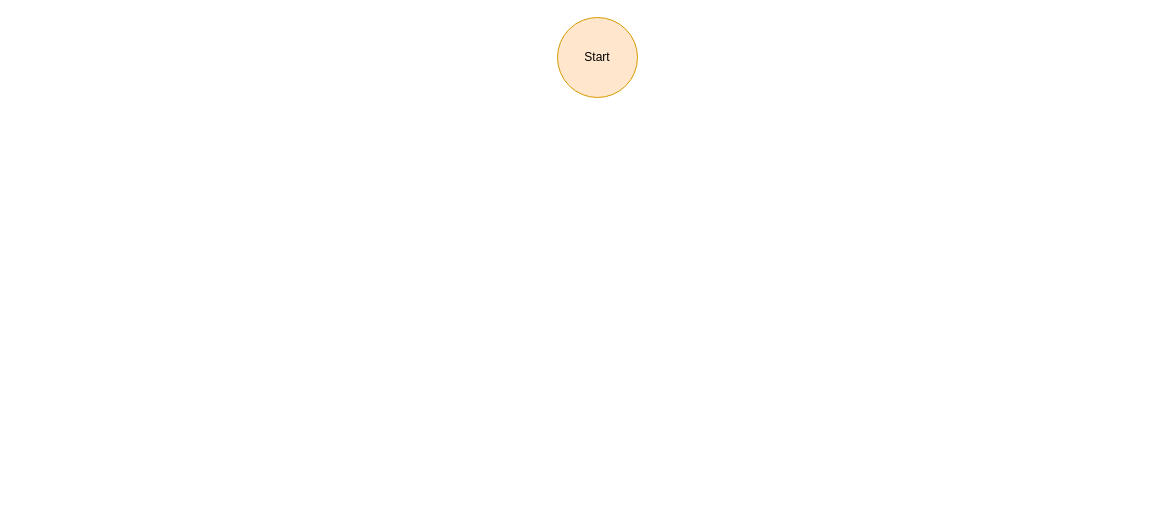
The draw.io diagram pvz flowchart.drawio in issadeli228/pvz, before the edit. Source tidied: cells renumbered, new cells numbered last; positions are measured from the earlier drawing's top-left corner, leaving out a move shared by most shapes. Both pictures are drawn from the tidied source at 100%, with x=0, y=0 at pixel (557, 17).
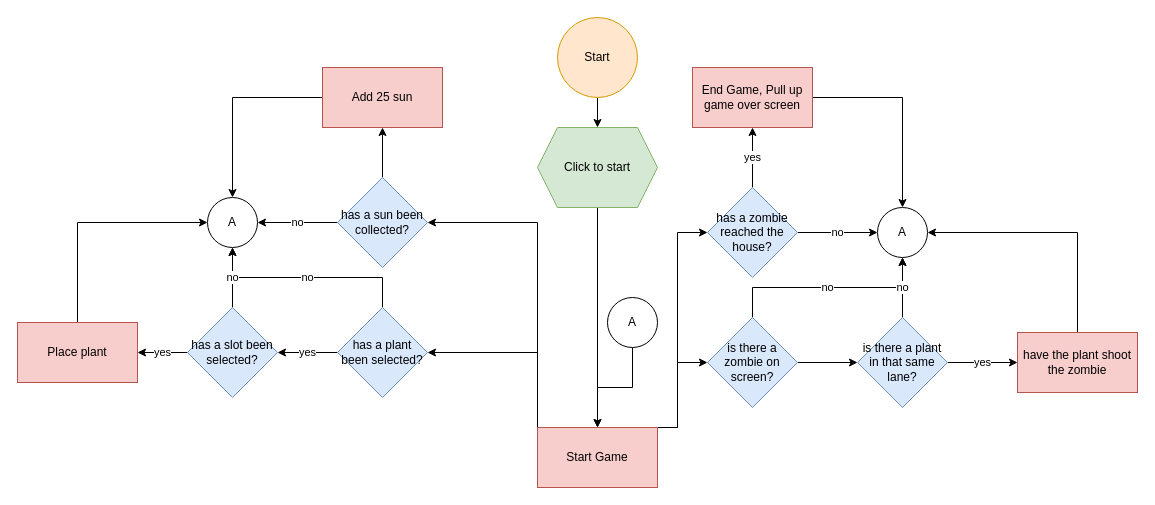
After the change.

The change refers to these unchanged cells:
```xml
<mxCell id="2" value="Start" style="ellipse;whiteSpace=wrap;html=1;fillColor=#ffe6cc;strokeColor=#d79b00;" parent="1" vertex="1">
  <mxGeometry width="80" height="80" as="geometry" />
</mxCell>
```

Change to the diagram source:
```diff
@@
+    <mxCell id="3" style="edgeStyle=orthogonalEdgeStyle;rounded=0;jettySize=auto;html=1;" parent="1" edge="1" source="2" target="5">
+      <mxGeometry relative="1" as="geometry" />
+    </mxCell>
@@
+    <mxCell id="4" style="edgeStyle=orthogonalEdgeStyle;rounded=0;jettySize=auto;html=1;" parent="1" edge="1" source="5" target="10">
+      <mxGeometry relative="1" as="geometry" />
+    </mxCell>
+    <mxCell id="5" value="Click to start" style="shape=hexagon;perimeter=hexagonPerimeter2;whiteSpace=wrap;html=1;fixedSize=1;fillColor=#d5e8d4;strokeColor=#82b366;" parent="1" vertex="1">
+      <mxGeometry x="-20" y="110" width="120" height="80" as="geometry" />
+    </mxCell>
+    <mxCell id="6" style="edgeStyle=orthogonalEdgeStyle;rounded=0;jettySize=auto;html=1;exitX=0;exitY=0;exitDx=0;exitDy=0;entryX=1;entryY=0.5;entryDx=0;entryDy=0;" parent="1" edge="1" source="10" target="13">
+      <mxGeometry relative="1" as="geometry" />
+    </mxCell>
+    <mxCell id="7" style="edgeStyle=orthogonalEdgeStyle;rounded=0;jettySize=auto;html=1;exitX=0;exitY=0;exitDx=0;exitDy=0;entryX=1;entryY=0.5;entryDx=0;entryDy=0;" parent="1" edge="1" source="10" target="21">
+      <mxGeometry relative="1" as="geometry" />
+    </mxCell>
+    <mxCell id="8" style="edgeStyle=orthogonalEdgeStyle;rounded=0;jettySize=auto;html=1;exitX=1;exitY=0;exitDx=0;exitDy=0;entryX=0;entryY=0.5;entryDx=0;entryDy=0;" parent="1" edge="1" source="10" target="29">
+      <mxGeometry relative="1" as="geometry">
+        <Array as="points">
+          <mxPoint x="120" y="410" />
+          <mxPoint x="120" y="215" />
+        </Array>
+      </mxGeometry>
+    </mxCell>
+    <mxCell id="9" style="edgeStyle=orthogonalEdgeStyle;rounded=0;jettySize=auto;html=1;exitX=1;exitY=0;exitDx=0;exitDy=0;entryX=0;entryY=0.5;entryDx=0;entryDy=0;" parent="1" edge="1" source="10" target="35">
+      <mxGeometry relative="1" as="geometry">
+        <Array as="points">
+          <mxPoint x="120" y="410" />
+          <mxPoint x="120" y="345" />
+        </Array>
+      </mxGeometry>
+    </mxCell>
+    <mxCell id="10" value="Start Game" style="rounded=0;whiteSpace=wrap;html=1;fillColor=#f8cecc;strokeColor=#b85450;" parent="1" vertex="1">
+      <mxGeometry x="-20" y="410" width="120" height="60" as="geometry" />
+    </mxCell>
+    <mxCell id="11" value="no" style="edgeStyle=orthogonalEdgeStyle;rounded=0;jettySize=auto;html=1;" parent="1" edge="1" source="13" target="14">
+      <mxGeometry relative="1" as="geometry" />
+    </mxCell>
+    <mxCell id="12" style="edgeStyle=orthogonalEdgeStyle;rounded=0;jettySize=auto;html=1;" parent="1" edge="1" source="13" target="16">
+      <mxGeometry relative="1" as="geometry" />
+    </mxCell>
+    <mxCell id="13" value="has a sun been collected?" style="rhombus;whiteSpace=wrap;html=1;fillColor=#dae8fc;strokeColor=#6c8ebf;" parent="1" vertex="1">
+      <mxGeometry x="-220" y="160" width="90" height="90" as="geometry" />
+    </mxCell>
+    <mxCell id="14" value="A" style="ellipse;whiteSpace=wrap;html=1;" parent="1" vertex="1">
+      <mxGeometry x="-350" y="180" width="50" height="50" as="geometry" />
+    </mxCell>
+    <mxCell id="15" style="edgeStyle=orthogonalEdgeStyle;rounded=0;jettySize=auto;html=1;exitX=0;exitY=0.5;exitDx=0;exitDy=0;entryX=0.5;entryY=0;entryDx=0;entryDy=0;" parent="1" edge="1" source="16" target="14">
+      <mxGeometry relative="1" as="geometry" />
+    </mxCell>
+    <mxCell id="16" value="Add 25 sun" style="rounded=0;whiteSpace=wrap;html=1;fillColor=#f8cecc;strokeColor=#b85450;" parent="1" vertex="1">
+      <mxGeometry x="-235" y="50" width="120" height="60" as="geometry" />
+    </mxCell>
+    <mxCell id="17" style="edgeStyle=orthogonalEdgeStyle;rounded=0;jettySize=auto;html=1;" parent="1" edge="1" source="18" target="10">
+      <mxGeometry relative="1" as="geometry" />
+    </mxCell>
+    <mxCell id="18" value="A" style="ellipse;whiteSpace=wrap;html=1;" parent="1" vertex="1">
+      <mxGeometry x="50" y="280" width="50" height="50" as="geometry" />
+    </mxCell>
+    <mxCell id="19" value="no" style="edgeStyle=orthogonalEdgeStyle;rounded=0;jettySize=auto;html=1;exitX=0.5;exitY=0;exitDx=0;exitDy=0;entryX=0.5;entryY=1;entryDx=0;entryDy=0;" parent="1" edge="1" source="21" target="14">
+      <mxGeometry relative="1" as="geometry" />
+    </mxCell>
+    <mxCell id="20" value="yes" style="edgeStyle=orthogonalEdgeStyle;rounded=0;jettySize=auto;html=1;" parent="1" edge="1" source="21" target="24">
+      <mxGeometry relative="1" as="geometry" />
+    </mxCell>
+    <mxCell id="21" value="has a plant been selected?" style="rhombus;whiteSpace=wrap;html=1;fillColor=#dae8fc;strokeColor=#6c8ebf;" parent="1" vertex="1">
+      <mxGeometry x="-220" y="290" width="90" height="90" as="geometry" />
+    </mxCell>
+    <mxCell id="22" value="no" style="edgeStyle=orthogonalEdgeStyle;rounded=0;jettySize=auto;html=1;" parent="1" edge="1" source="24" target="14">
+      <mxGeometry relative="1" as="geometry" />
+    </mxCell>
+    <mxCell id="23" value="yes" style="edgeStyle=orthogonalEdgeStyle;rounded=0;jettySize=auto;html=1;" parent="1" edge="1" source="24" target="26">
+      <mxGeometry relative="1" as="geometry" />
+    </mxCell>
+    <mxCell id="24" value="has a slot been selected?" style="rhombus;whiteSpace=wrap;html=1;fillColor=#dae8fc;strokeColor=#6c8ebf;" parent="1" vertex="1">
+      <mxGeometry x="-370" y="290" width="90" height="90" as="geometry" />
+    </mxCell>
+    <mxCell id="25" style="edgeStyle=orthogonalEdgeStyle;rounded=0;jettySize=auto;html=1;exitX=0.5;exitY=0;exitDx=0;exitDy=0;entryX=0;entryY=0.5;entryDx=0;entryDy=0;" parent="1" edge="1" source="26" target="14">
+      <mxGeometry relative="1" as="geometry" />
+    </mxCell>
+    <mxCell id="26" value="Place plant" style="rounded=0;whiteSpace=wrap;html=1;fillColor=#f8cecc;strokeColor=#b85450;" parent="1" vertex="1">
+      <mxGeometry x="-540" y="305" width="120" height="60" as="geometry" />
+    </mxCell>
+    <mxCell id="27" value="no" style="edgeStyle=orthogonalEdgeStyle;rounded=0;jettySize=auto;html=1;" parent="1" edge="1" source="29" target="30">
+      <mxGeometry relative="1" as="geometry" />
+    </mxCell>
+    <mxCell id="28" value="yes" style="edgeStyle=orthogonalEdgeStyle;rounded=0;jettySize=auto;html=1;exitX=0.5;exitY=0;exitDx=0;exitDy=0;" parent="1" edge="1" source="29" target="32">
+      <mxGeometry relative="1" as="geometry" />
+    </mxCell>
+    <mxCell id="29" value="has a zombie reached the house?" style="rhombus;whiteSpace=wrap;html=1;fillColor=#dae8fc;strokeColor=#6c8ebf;" parent="1" vertex="1">
+      <mxGeometry x="150" y="170" width="90" height="90" as="geometry" />
+    </mxCell>
+    <mxCell id="30" value="A" style="ellipse;whiteSpace=wrap;html=1;" parent="1" vertex="1">
+      <mxGeometry x="320" y="190" width="50" height="50" as="geometry" />
+    </mxCell>
+    <mxCell id="31" style="edgeStyle=orthogonalEdgeStyle;rounded=0;jettySize=auto;html=1;exitX=1;exitY=0.5;exitDx=0;exitDy=0;entryX=0.5;entryY=0;entryDx=0;entryDy=0;" parent="1" edge="1" source="32" target="30">
+      <mxGeometry relative="1" as="geometry" />
+    </mxCell>
+    <mxCell id="32" value="End Game, Pull up game over screen" style="rounded=0;whiteSpace=wrap;html=1;fillColor=#f8cecc;strokeColor=#b85450;" parent="1" vertex="1">
+      <mxGeometry x="135" y="50" width="120" height="60" as="geometry" />
+    </mxCell>
+    <mxCell id="33" value="no" style="edgeStyle=orthogonalEdgeStyle;rounded=0;jettySize=auto;html=1;exitX=0.5;exitY=0;exitDx=0;exitDy=0;entryX=0.5;entryY=1;entryDx=0;entryDy=0;" parent="1" edge="1" source="35" target="30">
+      <mxGeometry relative="1" as="geometry" />
+    </mxCell>
+    <mxCell id="34" style="edgeStyle=orthogonalEdgeStyle;rounded=0;jettySize=auto;html=1;" parent="1" edge="1" source="35" target="38">
+      <mxGeometry relative="1" as="geometry" />
+    </mxCell>
+    <mxCell id="35" value="is there a zombie on screen?" style="rhombus;whiteSpace=wrap;html=1;fillColor=#dae8fc;strokeColor=#6c8ebf;" parent="1" vertex="1">
+      <mxGeometry x="150" y="300" width="90" height="90" as="geometry" />
+    </mxCell>
+    <mxCell id="36" value="no" style="edgeStyle=orthogonalEdgeStyle;rounded=0;jettySize=auto;html=1;" parent="1" edge="1" source="38" target="30">
+      <mxGeometry relative="1" as="geometry" />
+    </mxCell>
+    <mxCell id="37" value="yes" style="edgeStyle=orthogonalEdgeStyle;rounded=0;jettySize=auto;html=1;" parent="1" edge="1" source="38" target="40">
+      <mxGeometry relative="1" as="geometry" />
+    </mxCell>
+    <mxCell id="38" value="is there a plant in that same lane?" style="rhombus;whiteSpace=wrap;html=1;fillColor=#dae8fc;strokeColor=#6c8ebf;" parent="1" vertex="1">
+      <mxGeometry x="300" y="300" width="90" height="90" as="geometry" />
+    </mxCell>
+    <mxCell id="39" style="edgeStyle=orthogonalEdgeStyle;rounded=0;jettySize=auto;html=1;exitX=0.5;exitY=0;exitDx=0;exitDy=0;entryX=1;entryY=0.5;entryDx=0;entryDy=0;" parent="1" edge="1" source="40" target="30">
+      <mxGeometry relative="1" as="geometry" />
+    </mxCell>
+    <mxCell id="40" value="have the plant shoot the zombie" style="rounded=0;whiteSpace=wrap;html=1;fillColor=#f8cecc;strokeColor=#b85450;" parent="1" vertex="1">
+      <mxGeometry x="460" y="315" width="120" height="60" as="geometry" />
+    </mxCell>
```
